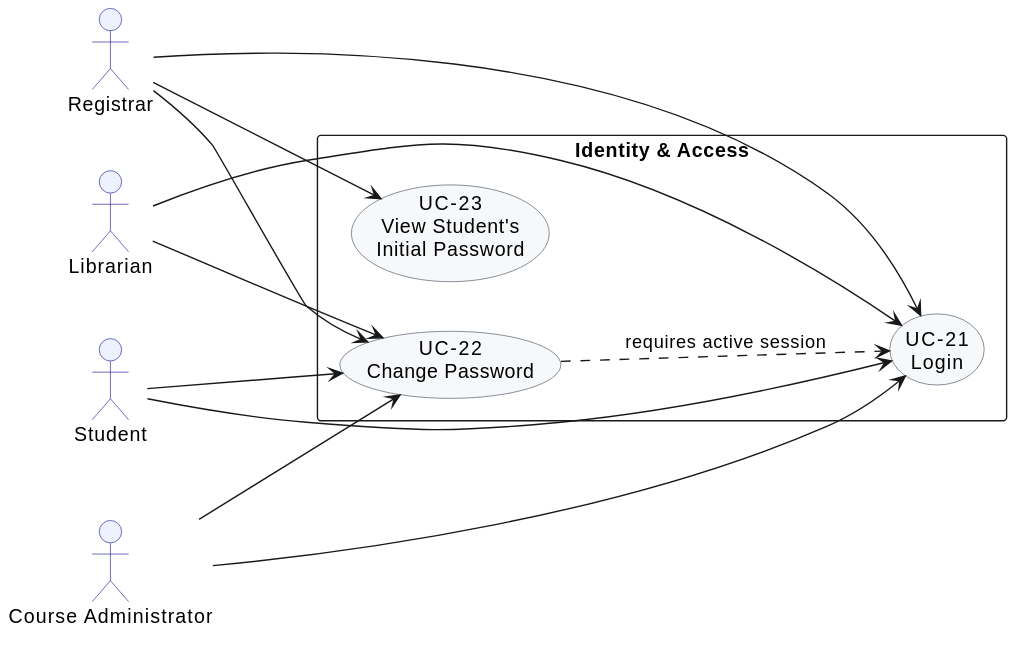
Above: docs/BA-docs/use-case-diagram-assets/07-identity-access.svg in phuchoang2005/Student-Management-System (PlantUML), before the change. Source of this version:
```plantuml
@startuml
left to right direction
skinparam backgroundColor transparent
skinparam nodesep 35
skinparam ranksep 90
skinparam usecase {
  BackgroundColor #F6F8FA
  BorderColor #57606A
}
skinparam actor {
  BackgroundColor #EEF2FF
  BorderColor #3730A3
}

actor Registrar
actor Librarian
actor "Course Administrator" as CourseAdmin
actor Student

rectangle "Identity & Access" {
  usecase "UC-23\nView Student's\nInitial Password" as UC23
  usecase "UC-22\nChange Password" as UC22
  usecase "UC-21\nLogin" as UC21
}

Registrar --> UC21
Registrar --> UC22
Registrar --> UC23
Librarian --> UC21
Librarian --> UC22
CourseAdmin --> UC21
CourseAdmin --> UC22
Student --> UC21
Student --> UC22

UC22 ..> UC21 : requires active session
@enduml
```
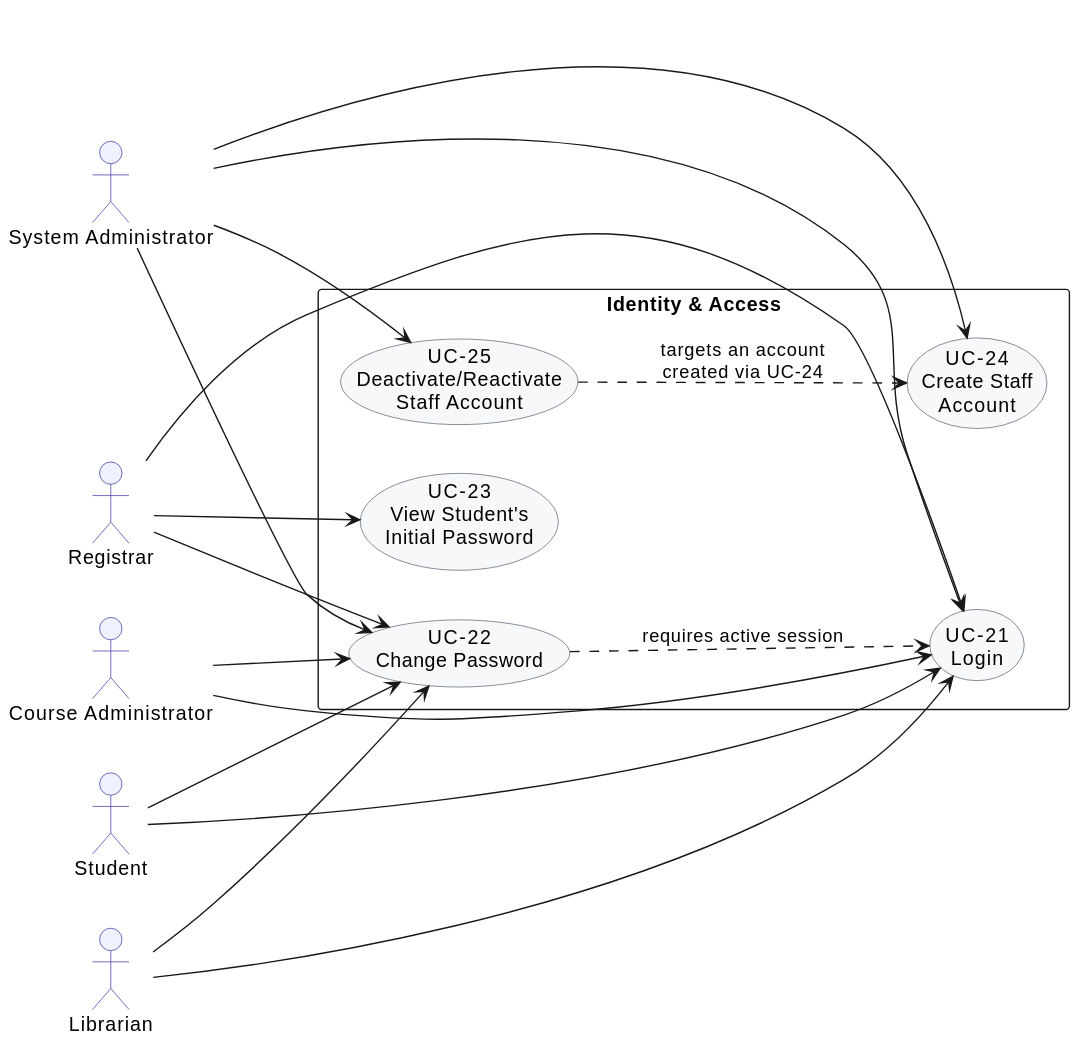
After the change.

The edit, as a diff of the source:
```diff
@@ -12,6 +12,7 @@
   BorderColor #3730A3
 }
 
+actor "System Administrator" as SysAdmin
 actor Registrar
 actor Librarian
 actor "Course Administrator" as CourseAdmin
@@ -21,6 +22,8 @@
   usecase "UC-23\nView Student's\nInitial Password" as UC23
   usecase "UC-22\nChange Password" as UC22
   usecase "UC-21\nLogin" as UC21
+  usecase "UC-24\nCreate Staff\nAccount" as UC24
+  usecase "UC-25\nDeactivate/Reactivate\nStaff Account" as UC25
 }
 
 Registrar --> UC21
@@ -32,6 +35,11 @@
 CourseAdmin --> UC22
 Student --> UC21
 Student --> UC22
+SysAdmin --> UC21
+SysAdmin --> UC22
+SysAdmin --> UC24
+SysAdmin --> UC25
 
 UC22 ..> UC21 : requires active session
+UC25 ..> UC24 : targets an account\ncreated via UC-24
 @enduml
```
